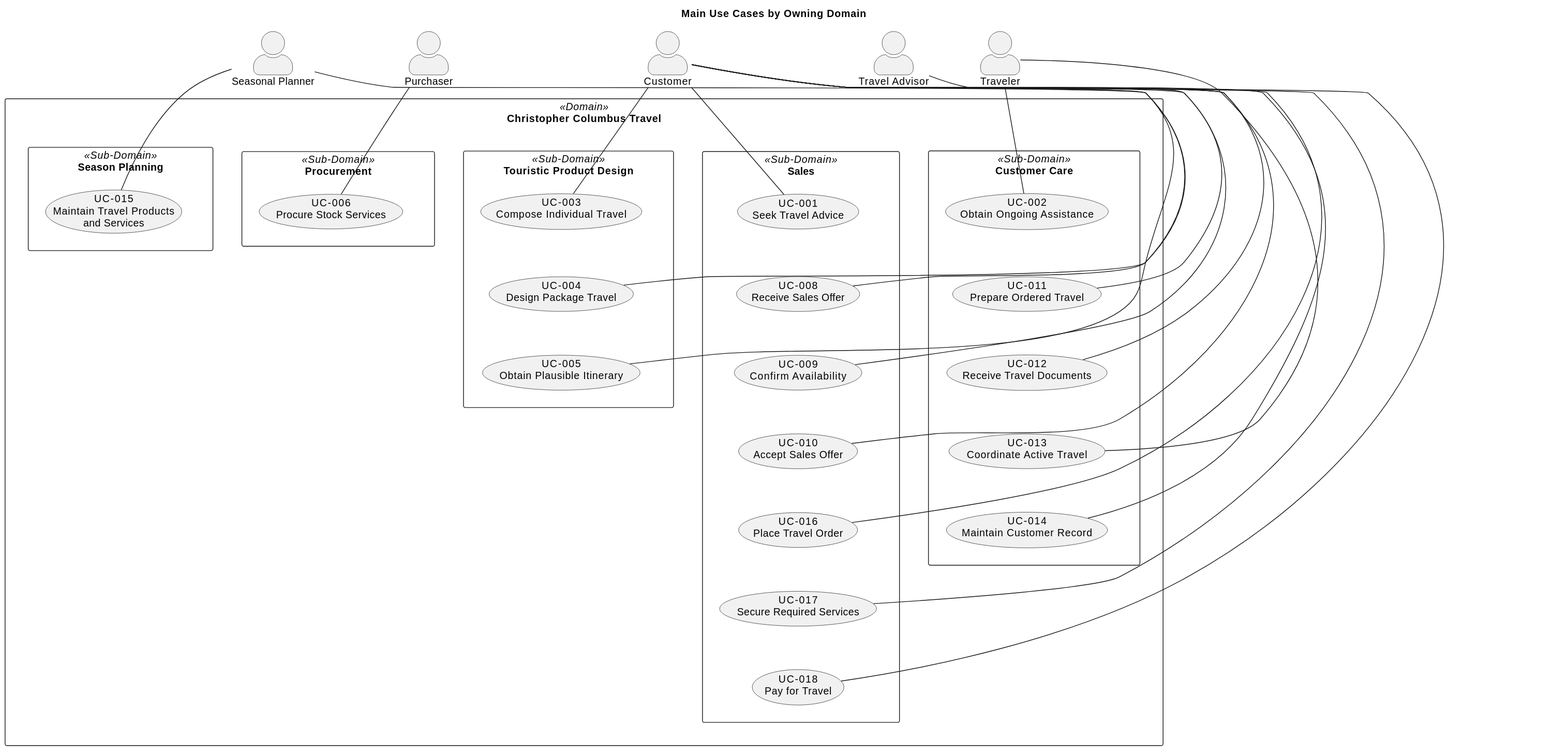
Before: docs/requirements/use-cases/overview.svg, a diagram exported from PlantUML (hochschule-darmstadt/a3se_app).
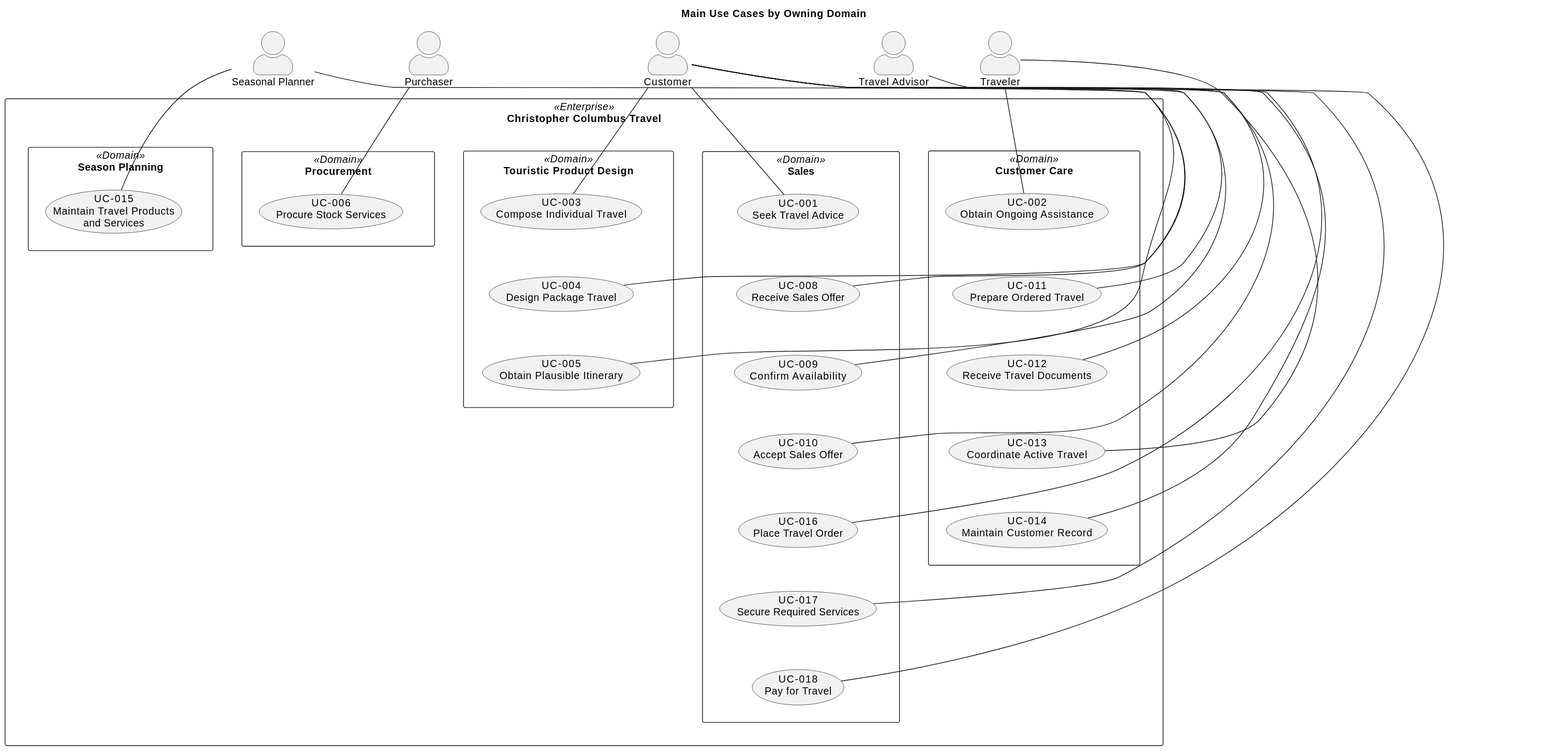
After the change.

Commit message:
Align use-case diagram stereotypes with business domains

Change to the diagram source:
```diff
@@ -11,14 +11,14 @@
 actor "Seasonal Planner" as Planner
 actor Purchaser
 
-rectangle "Christopher Columbus Travel" as CCT <<Domain>> {
-  package "Season Planning" as SeasonPlanning <<Sub-Domain>> {
+rectangle "Christopher Columbus Travel" as CCT <<Enterprise>> {
+  package "Season Planning" as SeasonPlanning <<Domain>> {
     usecase "UC-015\nMaintain Travel Products\nand Services" as UC015
   }
-  package "Procurement" as ProcurementDomain <<Sub-Domain>> {
+  package "Procurement" as ProcurementDomain <<Domain>> {
     usecase "UC-006\nProcure Stock Services" as UC006
   }
-  package "Touristic Product Design" as ProductDesign <<Sub-Domain>> {
+  package "Touristic Product Design" as ProductDesign <<Domain>> {
     usecase "UC-003\nCompose Individual Travel" as UC003
     usecase "UC-004\nDesign Package Travel" as UC004
     usecase "UC-005\nObtain Plausible Itinerary" as UC005
@@ -26,7 +26,7 @@
     UC003 -[hidden]down- UC004
     UC004 -[hidden]down- UC005
   }
-  package "Sales" as SalesDomain <<Sub-Domain>> {
+  package "Sales" as SalesDomain <<Domain>> {
     usecase "UC-001\nSeek Travel Advice" as UC001
     usecase "UC-008\nReceive Sales Offer" as UC008
     usecase "UC-009\nConfirm Availability" as UC009
@@ -42,7 +42,7 @@
     UC016 -[hidden]down- UC017
     UC017 -[hidden]down- UC018
   }
-  package "Customer Care" as CustomerCare <<Sub-Domain>> {
+  package "Customer Care" as CustomerCare <<Domain>> {
     usecase "UC-002\nObtain Ongoing Assistance" as UC002
     usecase "UC-011\nPrepare Ordered Travel" as UC011
     usecase "UC-012\nReceive Travel Documents" as UC012
```
